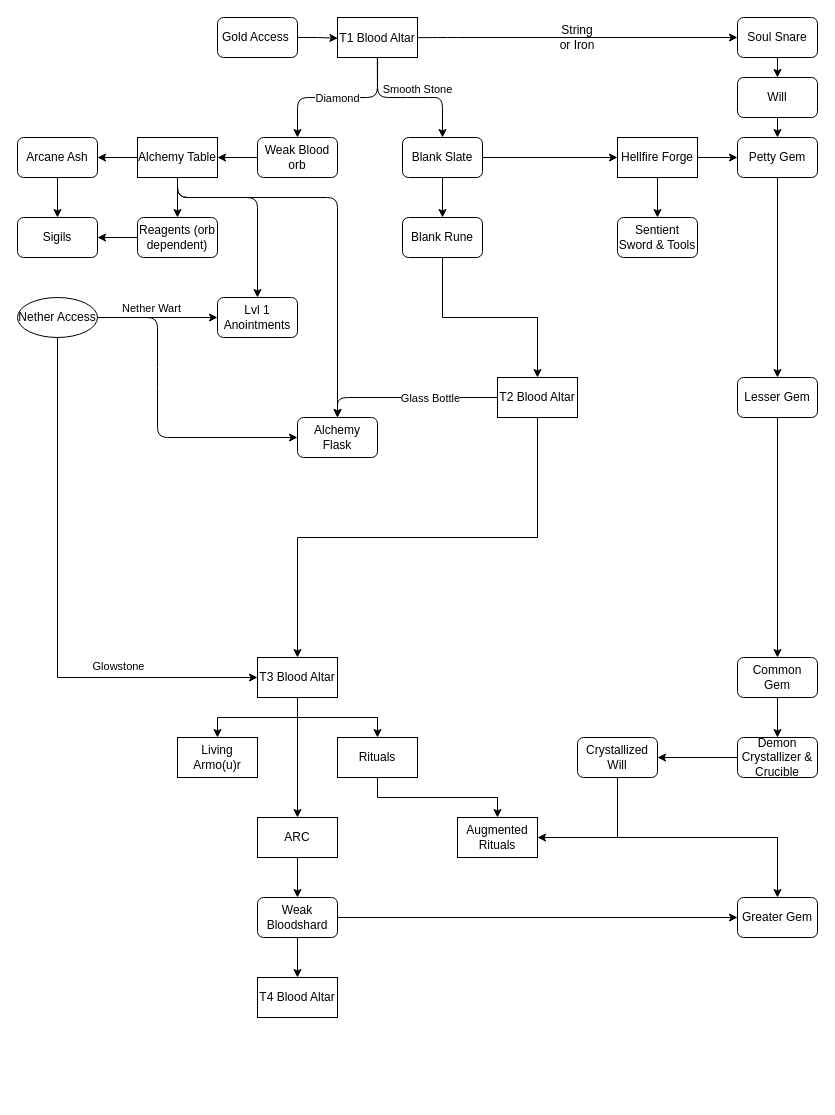
WayofTime/BloodMagic keeps this draw.io diagram as BM3 Progression.drawio. Above is the earlier version. Source tidied: cells renumbered, new cells numbered last; positions are measured from the earlier drawing's top-left corner, leaving out a move shared by most shapes. Both pictures are drawn from the tidied source at 100%, with x=0, y=0 at pixel (17, 17).
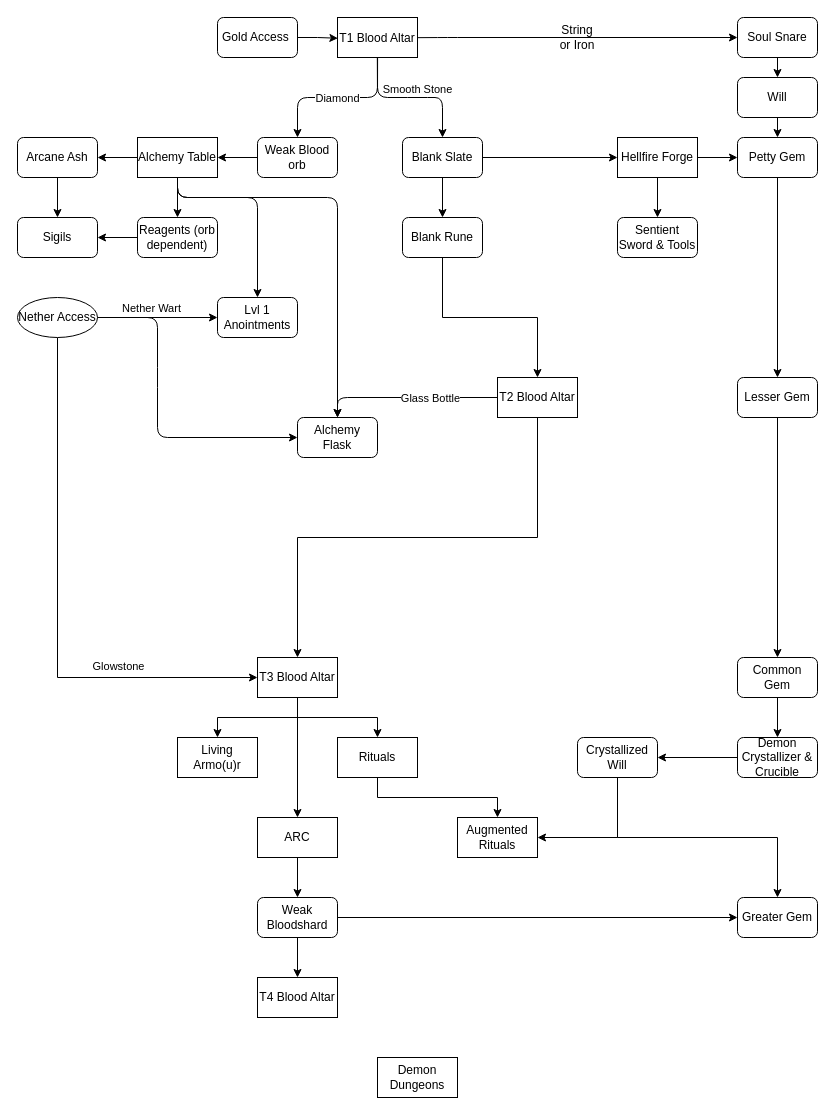
After the change.

What changed in the source:
```diff
@@
+    <mxCell id="74" value="Demon Dungeons" style="rounded=0;whiteSpace=wrap;html=1;glass=0;" parent="1" vertex="1">
+      <mxGeometry x="360" y="1040" width="80" height="40" as="geometry" />
+    </mxCell>
```
